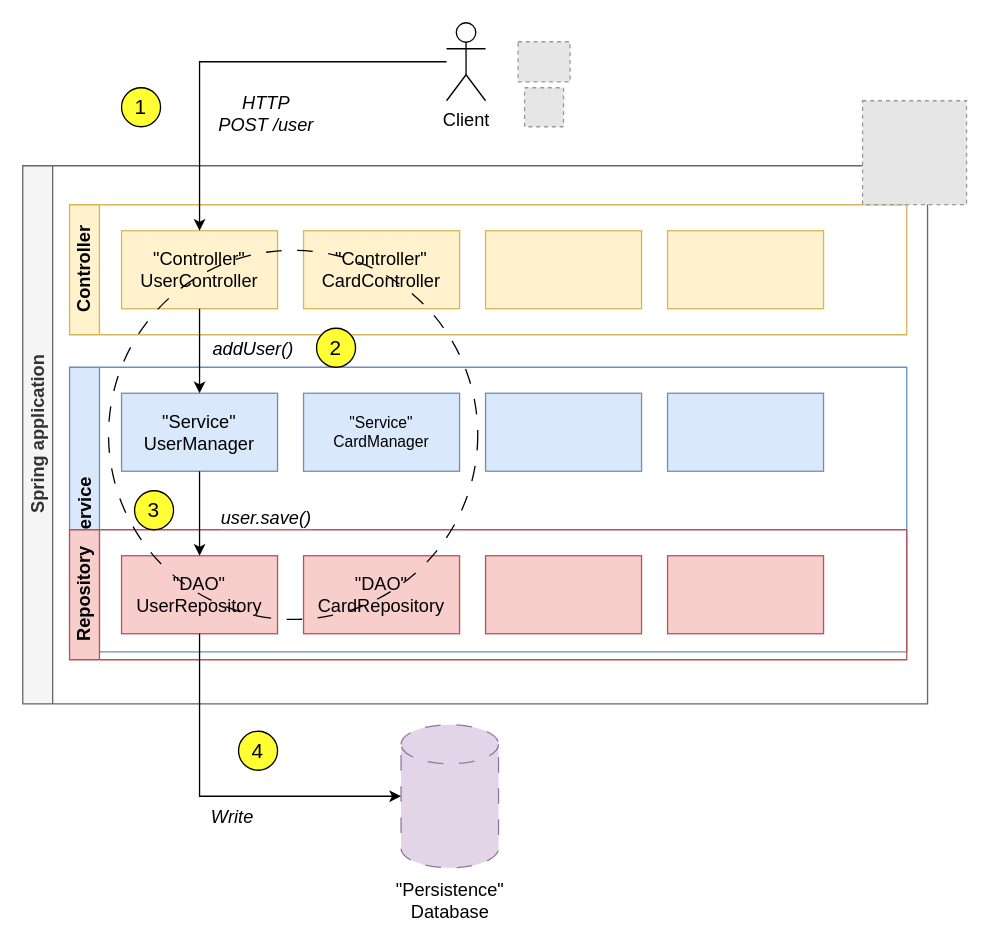
The draw.io diagram Atelier2/Diagram/composant.drawio in Reachip/webdynamique-project, before the edit. Source tidied: cells renumbered, new cells numbered last; positions are measured from the earlier drawing's top-left corner, leaving out a move shared by most shapes. Both pictures are drawn from the tidied source at 130%, with x=0, y=0 at pixel (22, 22). Pictures stored in the file or linked from it are replaced by grey dashed boxes.
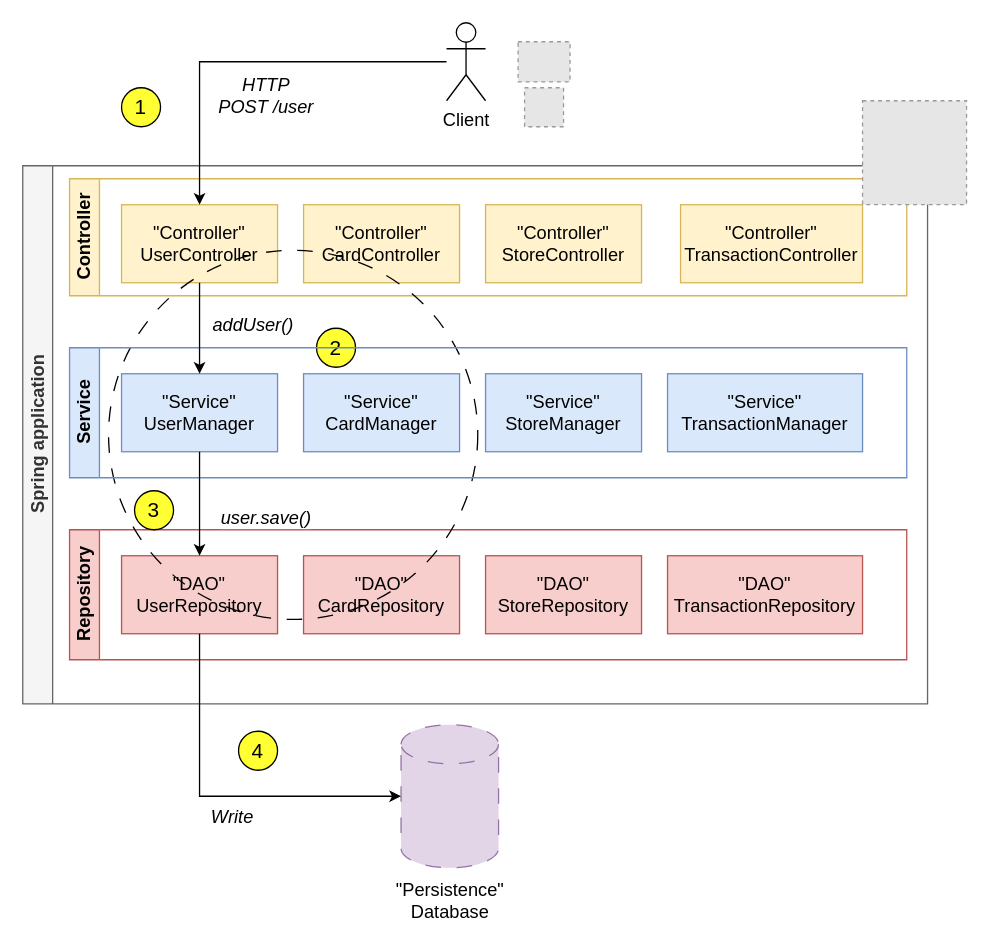
Above is the later version.

Commit message (it also covers changes not shown here):
mise à jour du diagramme de composant

Unchanged cells that the change refers to:
```xml
<mxCell id="2" value="&lt;font style=&quot;font-size: 14px;&quot;&gt;Spring application&lt;/font&gt;" style="swimlane;horizontal=0;whiteSpace=wrap;html=1;fillColor=#f5f5f5;strokeColor=#666666;fontColor=#333333;" parent="1" vertex="1">
  <mxGeometry y="110" width="696" height="414" as="geometry" />
</mxCell>
<mxCell id="4" value="&lt;div&gt;&lt;font style=&quot;font-size: 14px;&quot;&gt;&quot;Controller&quot;&lt;/font&gt;&lt;/div&gt;&lt;font style=&quot;font-size: 14px;&quot;&gt;UserController&lt;/font&gt;" style="rounded=0;whiteSpace=wrap;html=1;fillColor=#fff2cc;strokeColor=#d6b656;" parent="3" vertex="1">
  <mxGeometry x="40" y="20" width="120" height="60" as="geometry" />
</mxCell>
<mxCell id="13" value="&lt;font style=&quot;font-size: 14px;&quot;&gt;Repository&lt;/font&gt;" style="swimlane;horizontal=0;whiteSpace=wrap;html=1;fillColor=#f8cecc;strokeColor=#b85450;" parent="2" vertex="1">
  <mxGeometry x="36" y="280" width="644" height="100" as="geometry" />
</mxCell>
<mxCell id="14" value="&lt;div&gt;&lt;font style=&quot;font-size: 14px;&quot;&gt;&quot;DAO&quot;&lt;/font&gt;&lt;/div&gt;&lt;font style=&quot;font-size: 14px;&quot;&gt;UserRepository&lt;/font&gt;" style="rounded=0;whiteSpace=wrap;html=1;fillColor=#f8cecc;strokeColor=#b85450;" parent="13" vertex="1">
  <mxGeometry x="40" y="20" width="120" height="60" as="geometry" />
</mxCell>
```

Change to the diagram source:
```diff
@@
     <mxCell id="3" value="&lt;font style=&quot;font-size: 14px;&quot;&gt;Controller&lt;/font&gt;" style="swimlane;horizontal=0;whiteSpace=wrap;html=1;fillColor=#fff2cc;strokeColor=#d6b656;" parent="2" vertex="1">
-      <mxGeometry x="36" y="30" width="644" height="100" as="geometry" />
+      <mxGeometry x="36" y="10" width="644" height="90" as="geometry" />
     </mxCell>
@@
-    <mxCell id="6" style="rounded=0;whiteSpace=wrap;html=1;fillColor=#fff2cc;strokeColor=#d6b656;" parent="3" vertex="1">
-      <mxGeometry x="320" y="20" width="120" height="60" as="geometry" />
-    </mxCell>
-    <mxCell id="7" style="rounded=0;whiteSpace=wrap;html=1;fillColor=#fff2cc;strokeColor=#d6b656;" parent="3" vertex="1">
-      <mxGeometry x="460" y="20" width="120" height="60" as="geometry" />
-    </mxCell>
-    <mxCell id="8" value="&lt;font style=&quot;font-size: 14px;&quot;&gt;Service&lt;/font&gt;" style="swimlane;horizontal=0;whiteSpace=wrap;html=1;fillColor=#dae8fc;strokeColor=#6c8ebf;" parent="2" vertex="1">
-      <mxGeometry x="36" y="155" width="644" height="219" as="geometry" />
-    </mxCell>
-    <mxCell id="9" value="&lt;div&gt;&lt;font style=&quot;font-size: 14px;&quot;&gt;&quot;Service&quot;&lt;/font&gt;&lt;/div&gt;&lt;font style=&quot;font-size: 14px;&quot;&gt;UserManager&lt;/font&gt;" style="rounded=0;whiteSpace=wrap;html=1;fillColor=#dae8fc;strokeColor=#6c8ebf;" parent="8" vertex="1">
-      <mxGeometry x="40" y="20" width="120" height="60" as="geometry" />
-    </mxCell>
-    <mxCell id="10" value="&lt;div&gt;&quot;Service&quot;&lt;/div&gt;CardManager" style="rounded=0;whiteSpace=wrap;html=1;fillColor=#dae8fc;strokeColor=#6c8ebf;" parent="8" vertex="1">
-      <mxGeometry x="180" y="20" width="120" height="60" as="geometry" />
-    </mxCell>
-    <mxCell id="11" style="rounded=0;whiteSpace=wrap;html=1;fillColor=#dae8fc;strokeColor=#6c8ebf;" parent="8" vertex="1">
-      <mxGeometry x="320" y="20" width="120" height="60" as="geometry" />
-    </mxCell>
-    <mxCell id="12" style="rounded=0;whiteSpace=wrap;html=1;fillColor=#dae8fc;strokeColor=#6c8ebf;" parent="8" vertex="1">
-      <mxGeometry x="460" y="20" width="120" height="60" as="geometry" />
-    </mxCell>
+    <mxCell id="37" value="&lt;div&gt;&lt;div style=&quot;font-size: 14px;&quot;&gt;&quot;Controller&quot;&lt;/div&gt;&lt;font style=&quot;font-size: 14px;&quot;&gt;&lt;/font&gt;&lt;/div&gt;&lt;font style=&quot;font-size: 14px;&quot;&gt;StoreController&lt;/font&gt;" style="rounded=0;whiteSpace=wrap;html=1;fillColor=#fff2cc;strokeColor=#d6b656;" parent="3" vertex="1">
+      <mxGeometry x="320" y="20" width="120" height="60" as="geometry" />
+    </mxCell>
+    <mxCell id="38" value="&lt;div&gt;&lt;div style=&quot;font-size: 14px;&quot;&gt;&quot;Controller&quot;&lt;/div&gt;&lt;font style=&quot;font-size: 14px;&quot;&gt;&lt;/font&gt;&lt;/div&gt;&lt;font style=&quot;font-size: 14px;&quot;&gt;TransactionController&lt;/font&gt;" style="rounded=0;whiteSpace=wrap;html=1;fillColor=#fff2cc;strokeColor=#d6b656;" parent="3" vertex="1">
+      <mxGeometry x="470" y="20" width="140" height="60" as="geometry" />
+    </mxCell>
@@
-    <mxCell id="16" style="rounded=0;whiteSpace=wrap;html=1;fillColor=#f8cecc;strokeColor=#b85450;" parent="13" vertex="1">
-      <mxGeometry x="320" y="20" width="120" height="60" as="geometry" />
-    </mxCell>
-    <mxCell id="17" style="rounded=0;whiteSpace=wrap;html=1;fillColor=#f8cecc;strokeColor=#b85450;" parent="13" vertex="1">
-      <mxGeometry x="460" y="20" width="120" height="60" as="geometry" />
-    </mxCell>
-    <mxCell id="18" style="edgeStyle=orthogonalEdgeStyle;rounded=0;jettySize=auto;html=1;exitX=0.5;exitY=1;exitDx=0;exitDy=0;entryX=0.5;entryY=0;entryDx=0;entryDy=0;" parent="2" edge="1" source="4" target="9">
-      <mxGeometry relative="1" as="geometry" />
-    </mxCell>
-    <mxCell id="19" value="&lt;font style=&quot;font-size: 14px;&quot;&gt;&lt;i&gt;addUser()&lt;/i&gt;&lt;/font&gt;" style="edgeLabel;html=1;align=center;verticalAlign=middle;" parent="18" vertex="1">
-      <mxGeometry x="-0.23" y="3" relative="1" as="geometry">
-        <mxPoint x="37" y="5" as="offset" />
-      </mxGeometry>
-    </mxCell>
-    <mxCell id="20" style="edgeStyle=orthogonalEdgeStyle;rounded=0;jettySize=auto;html=1;exitX=0.5;exitY=1;exitDx=0;exitDy=0;entryX=0.5;entryY=0;entryDx=0;entryDy=0;" parent="2" edge="1" source="9" target="14">
-      <mxGeometry relative="1" as="geometry" />
-    </mxCell>
+    <mxCell id="39" value="&lt;div&gt;&lt;font style=&quot;font-size: 14px;&quot;&gt;&quot;DAO&quot;&lt;/font&gt;&lt;/div&gt;&lt;font style=&quot;font-size: 14px;&quot;&gt;StoreRepository&lt;/font&gt;" style="rounded=0;whiteSpace=wrap;html=1;fillColor=#f8cecc;strokeColor=#b85450;" parent="13" vertex="1">
+      <mxGeometry x="320" y="20" width="120" height="60" as="geometry" />
+    </mxCell>
+    <mxCell id="40" value="&lt;div&gt;&lt;font style=&quot;font-size: 14px;&quot;&gt;&quot;DAO&quot;&lt;/font&gt;&lt;/div&gt;&lt;font style=&quot;font-size: 14px;&quot;&gt;TransactionRepository&lt;/font&gt;" style="rounded=0;whiteSpace=wrap;html=1;fillColor=#f8cecc;strokeColor=#b85450;" parent="13" vertex="1">
+      <mxGeometry x="460" y="20" width="150" height="60" as="geometry" />
+    </mxCell>
@@
+    <mxCell id="8" value="&lt;font style=&quot;font-size: 14px;&quot;&gt;Service&lt;/font&gt;" style="swimlane;horizontal=0;whiteSpace=wrap;html=1;fillColor=#dae8fc;strokeColor=#6c8ebf;" parent="2" vertex="1">
+      <mxGeometry x="36" y="140" width="644" height="100" as="geometry" />
+    </mxCell>
+    <mxCell id="9" value="&lt;div&gt;&lt;font style=&quot;font-size: 14px;&quot;&gt;&quot;Service&quot;&lt;/font&gt;&lt;/div&gt;&lt;font style=&quot;font-size: 14px;&quot;&gt;UserManager&lt;/font&gt;" style="rounded=0;whiteSpace=wrap;html=1;fillColor=#dae8fc;strokeColor=#6c8ebf;" parent="8" vertex="1">
+      <mxGeometry x="40" y="20" width="120" height="60" as="geometry" />
+    </mxCell>
+    <mxCell id="10" value="&lt;div style=&quot;font-size: 14px;&quot;&gt;&lt;font style=&quot;font-size: 14px;&quot;&gt;&quot;Service&quot;&lt;/font&gt;&lt;/div&gt;&lt;font style=&quot;font-size: 14px;&quot;&gt;CardManager&lt;/font&gt;" style="rounded=0;whiteSpace=wrap;html=1;fillColor=#dae8fc;strokeColor=#6c8ebf;" parent="8" vertex="1">
+      <mxGeometry x="180" y="20" width="120" height="60" as="geometry" />
+    </mxCell>
+    <mxCell id="41" value="&lt;div style=&quot;font-size: 14px;&quot;&gt;&quot;Service&quot;&lt;/div&gt;&lt;font style=&quot;font-size: 14px;&quot;&gt;StoreManager&lt;/font&gt;" style="rounded=0;whiteSpace=wrap;html=1;fillColor=#dae8fc;strokeColor=#6c8ebf;" parent="8" vertex="1">
+      <mxGeometry x="320" y="20" width="120" height="60" as="geometry" />
+    </mxCell>
+    <mxCell id="42" value="&lt;div style=&quot;font-size: 14px;&quot;&gt;&quot;Service&quot;&lt;/div&gt;&lt;font style=&quot;font-size: 14px;&quot;&gt;TransactionManager&lt;/font&gt;" style="rounded=0;whiteSpace=wrap;html=1;fillColor=#dae8fc;strokeColor=#6c8ebf;" parent="8" vertex="1">
+      <mxGeometry x="460" y="20" width="150" height="60" as="geometry" />
+    </mxCell>
+    <mxCell id="20" style="edgeStyle=orthogonalEdgeStyle;rounded=0;jettySize=auto;html=1;exitX=0.5;exitY=1;exitDx=0;exitDy=0;entryX=0.5;entryY=0;entryDx=0;entryDy=0;" parent="2" edge="1" source="9" target="14">
+      <mxGeometry relative="1" as="geometry" />
+    </mxCell>
+    <mxCell id="18" style="edgeStyle=orthogonalEdgeStyle;rounded=0;jettySize=auto;html=1;exitX=0.5;exitY=1;exitDx=0;exitDy=0;entryX=0.5;entryY=0;entryDx=0;entryDy=0;" parent="2" edge="1" source="4" target="9">
+      <mxGeometry relative="1" as="geometry" />
+    </mxCell>
+    <mxCell id="19" value="&lt;font style=&quot;font-size: 14px;&quot;&gt;&lt;i&gt;addUser()&lt;/i&gt;&lt;/font&gt;" style="edgeLabel;html=1;align=center;verticalAlign=middle;" parent="18" vertex="1">
+      <mxGeometry x="-0.23" y="3" relative="1" as="geometry">
+        <mxPoint x="37" y="5" as="offset" />
+      </mxGeometry>
+    </mxCell>
```
